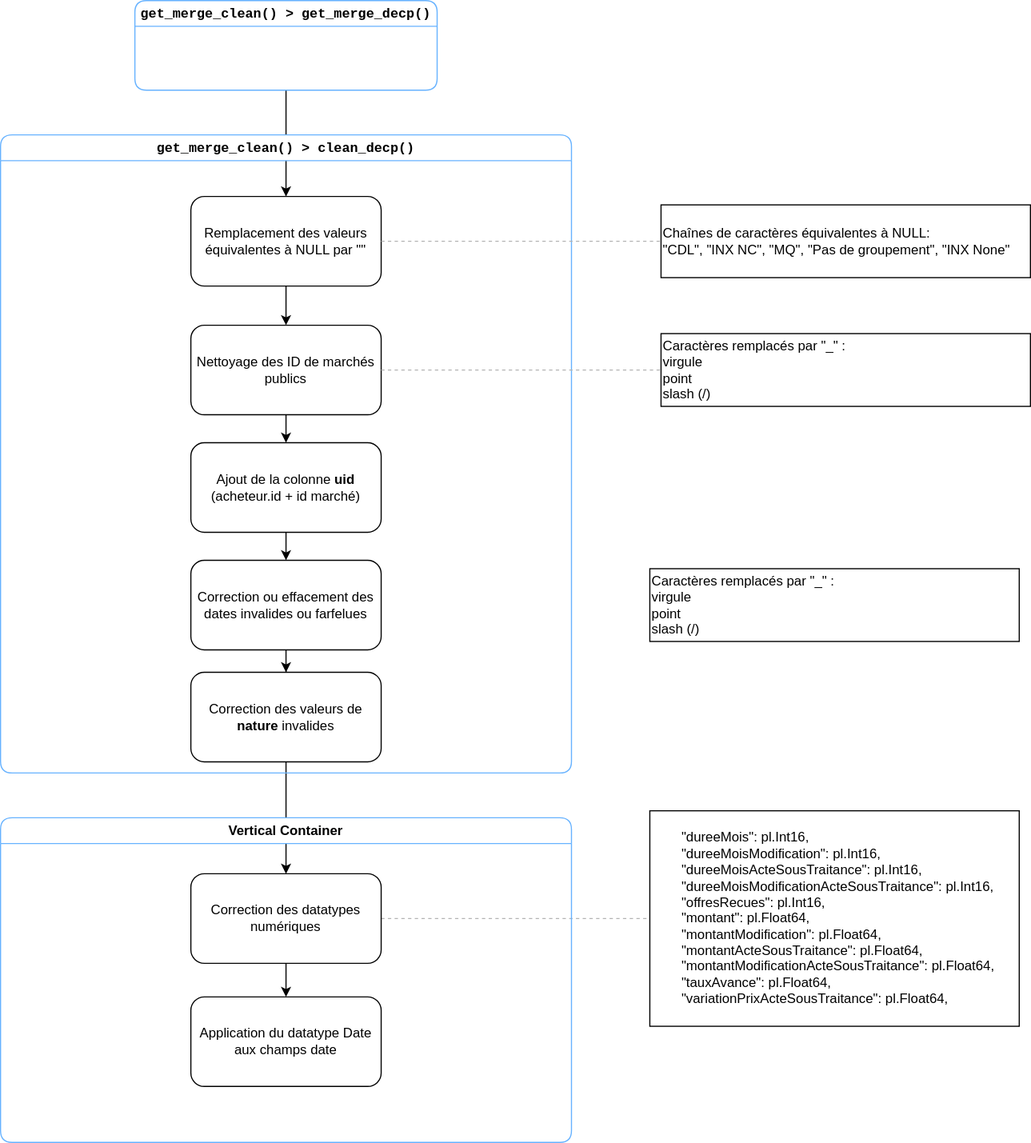
Earlier version of the draw.io export drawings/clean.svg (ElyotL/decp-processing). Source tidied: cells renumbered, new cells last; positions are measured from the earlier drawing's top-left corner, leaving out a move shared by most shapes.
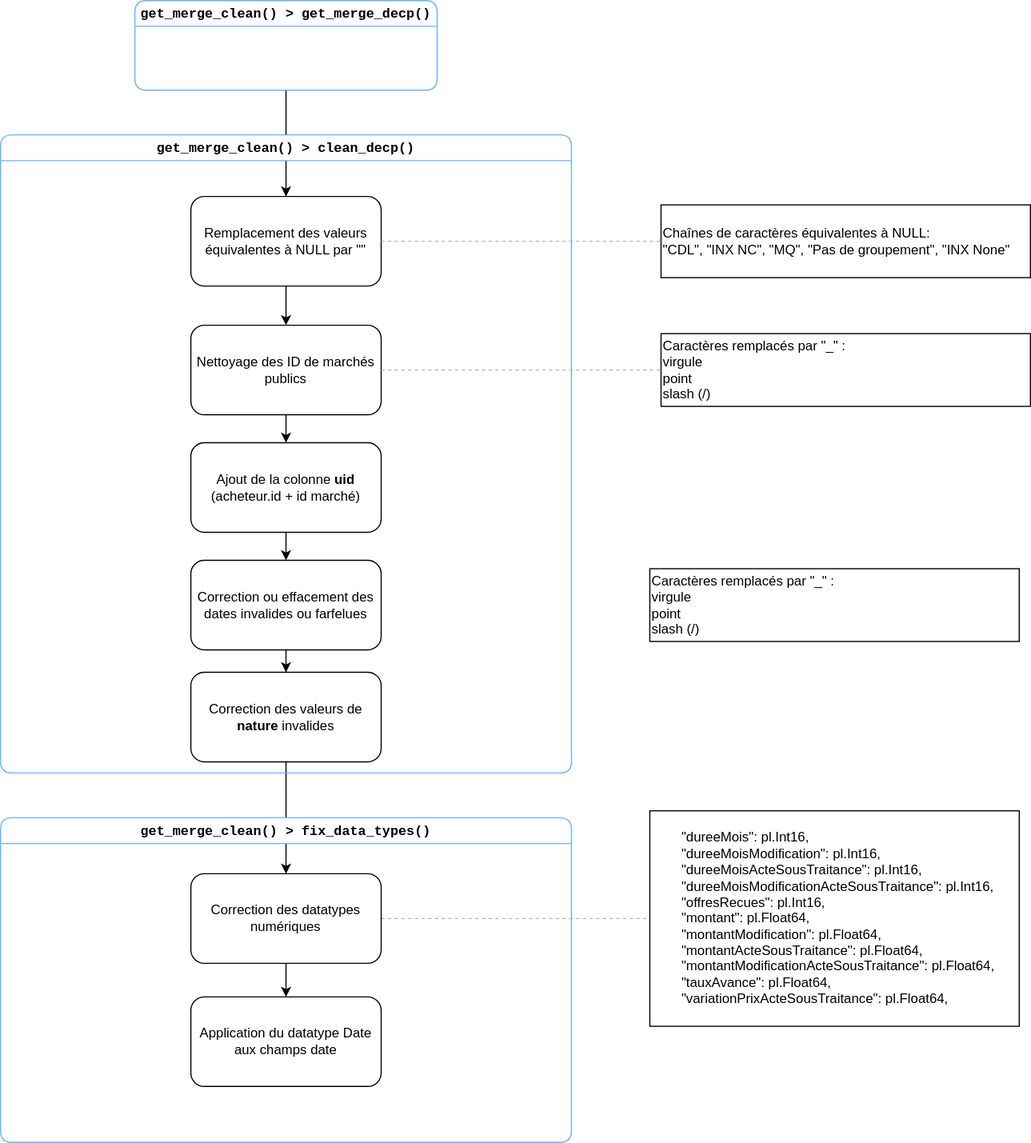
Above is the later version.

The edit, as a diff of the source:
```diff
@@ -59,7 +59,7 @@
     <mxCell id="20" value="&lt;font face=&quot;Courier New&quot;&gt;get_merge_clean() &amp;gt; get_merge_decp()&lt;/font&gt;" style="swimlane;whiteSpace=wrap;html=1;rounded=1;shadow=0;strokeColor=#66B2FF;strokeWidth=1;align=center;verticalAlign=middle;fontFamily=Helvetica;fontSize=12;fontColor=default;fontStyle=1;labelBackgroundColor=none;fillColor=default;" parent="1" vertex="1">
       <mxGeometry x="120" width="270" height="80" as="geometry" />
     </mxCell>
-    <mxCell id="21" value="Vertical Container" style="swimlane;whiteSpace=wrap;html=1;rounded=1;shadow=0;strokeColor=#66B2FF;strokeWidth=1;align=center;verticalAlign=middle;fontFamily=Helvetica;fontSize=12;fontColor=default;fontStyle=1;labelBackgroundColor=none;fillColor=default;" parent="1" vertex="1">
+    <mxCell id="21" value="&lt;font face=&quot;Courier New&quot;&gt;get_merge_clean() &amp;gt; fix_data_types()&lt;/font&gt;" style="swimlane;whiteSpace=wrap;html=1;rounded=1;shadow=0;strokeColor=#66B2FF;strokeWidth=1;align=center;verticalAlign=middle;fontFamily=Helvetica;fontSize=12;fontColor=default;fontStyle=1;labelBackgroundColor=none;fillColor=default;" parent="1" vertex="1">
       <mxGeometry y="730" width="510" height="290" as="geometry" />
     </mxCell>
     <mxCell id="22" style="edgeStyle=orthogonalEdgeStyle;rounded=0;jettySize=auto;html=1;fontFamily=Helvetica;fontSize=12;fontColor=default;fontStyle=1;labelBackgroundColor=none;" parent="21" edge="1" source="23" target="24">
```
